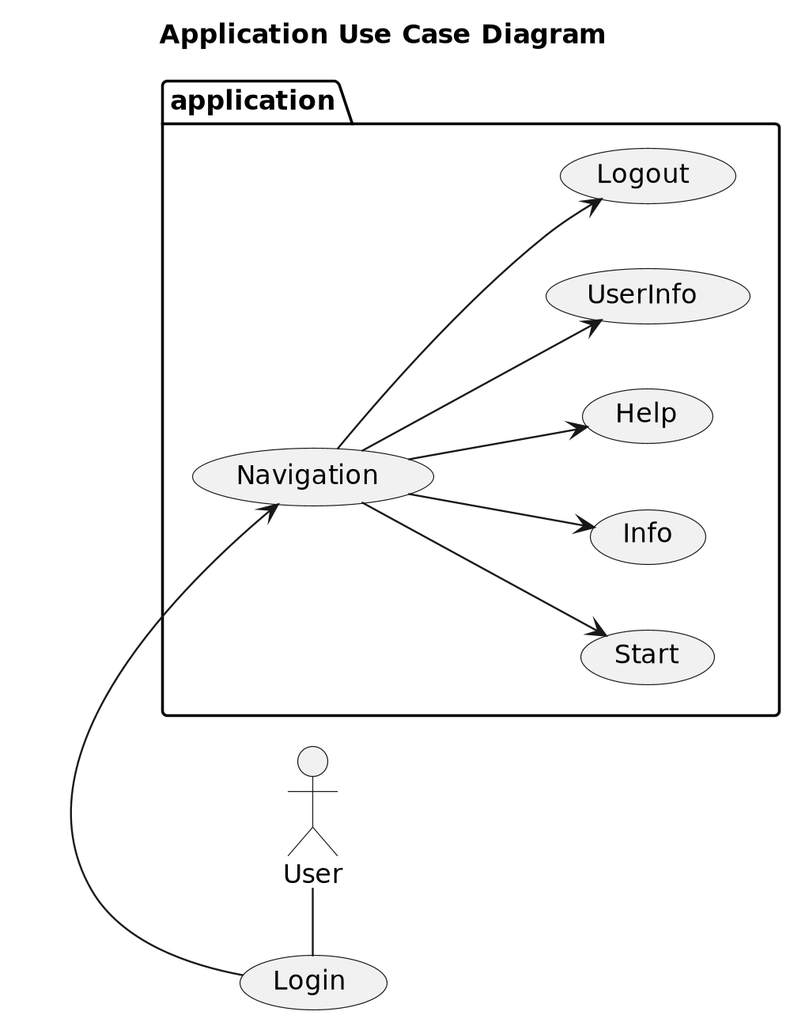
Above: src/main/webapp/img/Application__UseCases-Application_Use_Case_Diagram.png in Jakarta-EE-Petclinic/petclinic-jakartaee (PlantUML), before the change.
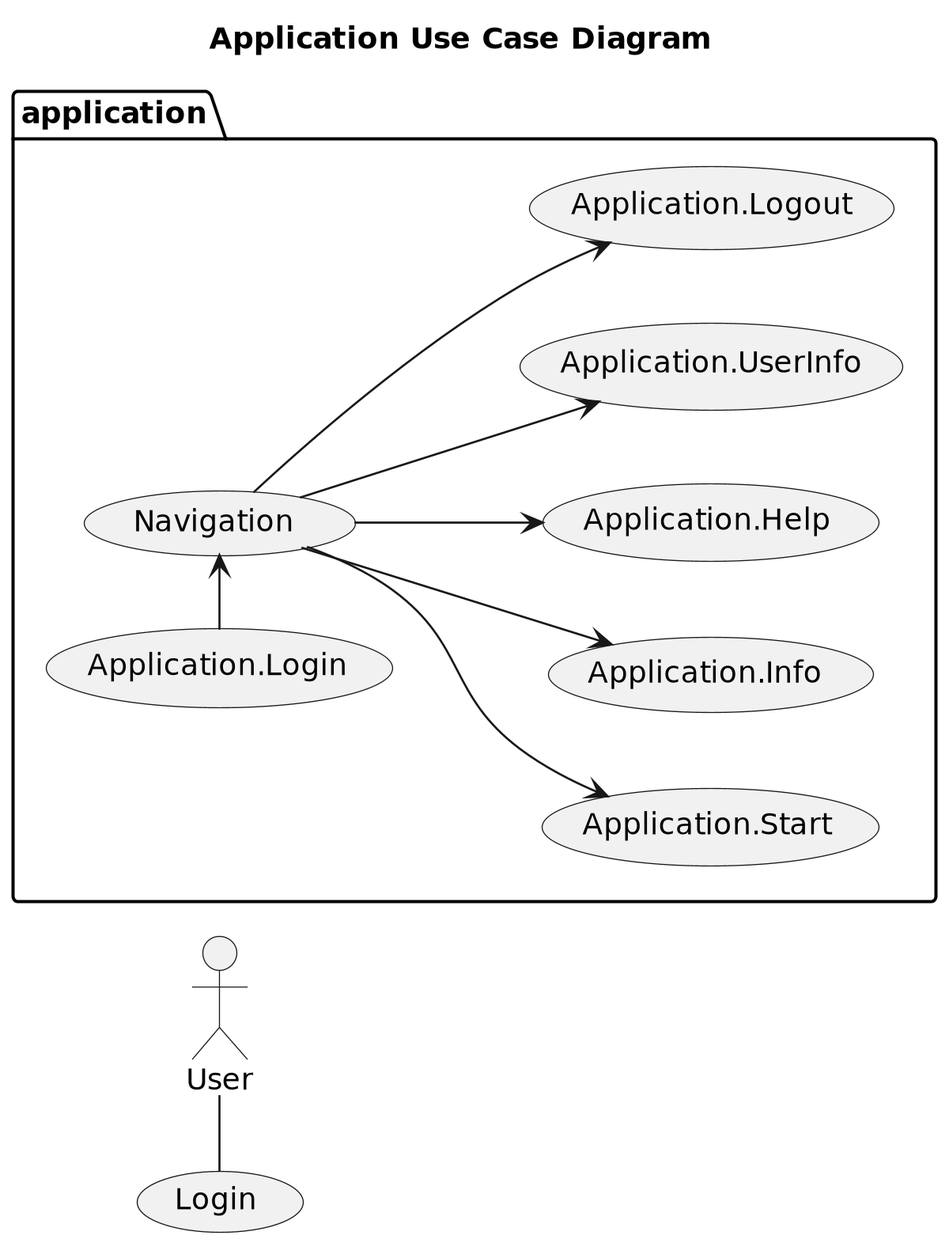
After the commit.

What changed in the source:
```diff
@@ -5,15 +5,15 @@
 
 left to right direction
 
-scale 1000 width
+scale 1200 width
 
 User - (Login)
 package application {
-    (Login) -> (Navigation)
-    (Navigation) --> (Start)
-    (Navigation) --> (Info)
-    (Navigation) --> (Help)
-    (Navigation) --> (UserInfo)
-    (Navigation) --> (Logout)
+    (Application.Login) -> (Navigation)
+    (Navigation) --> (Application.Start)
+    (Navigation) --> (Application.Info)
+    (Navigation) --> (Application.Help)
+    (Navigation) --> (Application.UserInfo)
+    (Navigation) --> (Application.Logout)
 }
 @enduml
```
